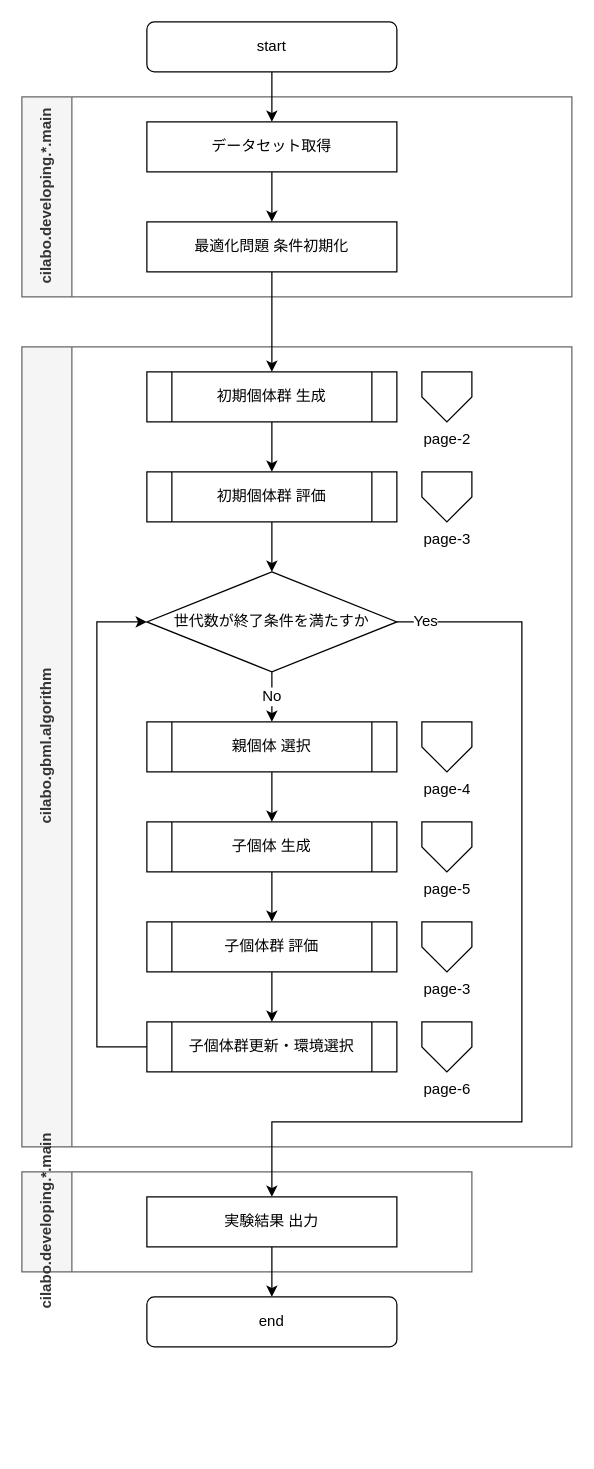
This is page "Page-1" (1 of 3) of 名称未設定ファイル.drawio from hiro-tacky/MoFGBML_roma, a draw.io file, before an edit. Source tidied: cells renumbered, new cells numbered last; positions are measured from the earlier drawing's top-left corner, leaving out a move shared by most shapes. Both pictures are drawn from the tidied source at 125%, with x=0, y=0 at pixel (21, 21).
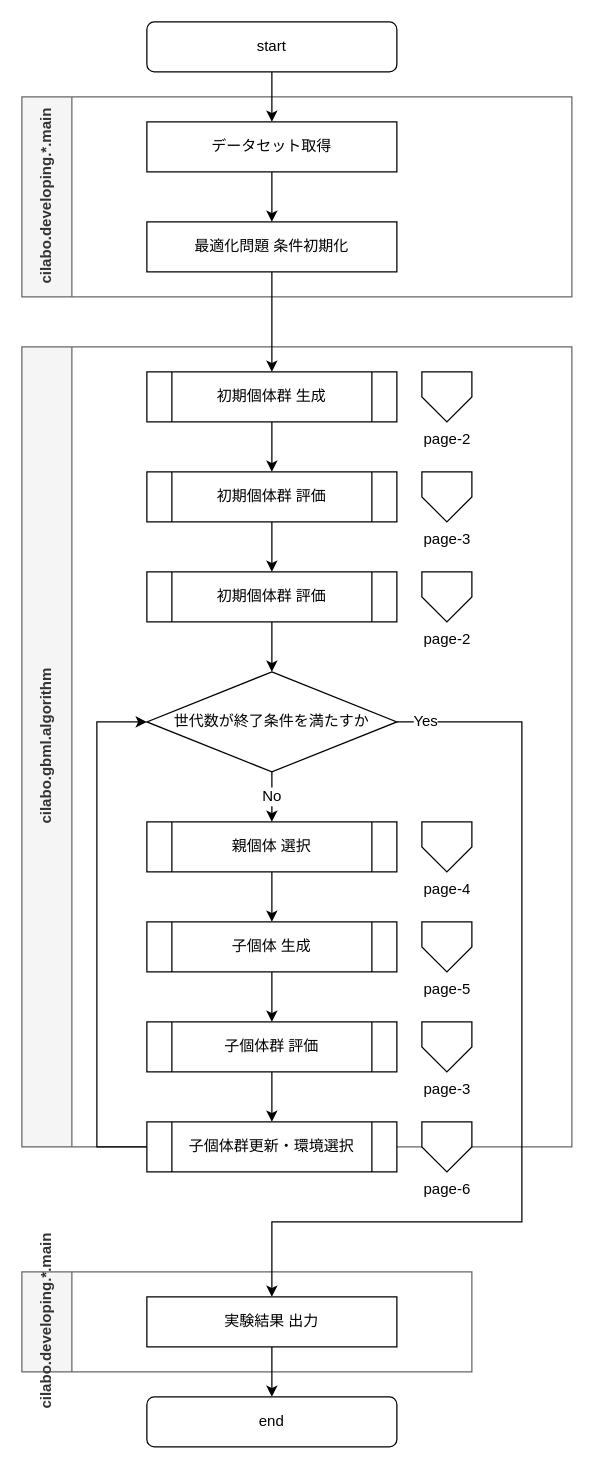
Above is the later version.

Unchanged cells that the change refers to:
```xml
<mxCell id="5" value="cilabo.gbml.algorithm" style="swimlane;horizontal=0;rounded=0;fontFamily=Helvetica;fontSize=12;strokeColor=#666666;fillColor=#f5f5f5;html=1;startSize=40;fontColor=#333333;" parent="1" vertex="1">
  <mxGeometry y="260" width="440" height="640" as="geometry" />
</mxCell>
<mxCell id="22" value="初期個体群 評価" style="shape=process;whiteSpace=wrap;html=1;backgroundOutline=1;fontFamily=Helvetica;fontSize=12;fontColor=default;align=center;strokeColor=default;fillColor=default;" parent="1" vertex="1">
  <mxGeometry x="100" y="360" width="200" height="40" as="geometry" />
</mxCell>
<mxCell id="29" value="実験結果 出力" style="rounded=0;whiteSpace=wrap;html=1;" parent="28" vertex="1">
  <mxGeometry x="100" y="20" width="200" height="40" as="geometry" />
</mxCell>
```

Change to the diagram source:
```diff
@@
     <mxCell id="7" value="世代数が終了条件を満たすか" style="rhombus;whiteSpace=wrap;html=1;rounded=0;fontFamily=Helvetica;fontSize=12;fontColor=default;strokeColor=default;fillColor=default;" parent="5" vertex="1">
-      <mxGeometry x="100" y="180" width="200" height="80" as="geometry" />
+      <mxGeometry x="100" y="260" width="200" height="80" as="geometry" />
     </mxCell>
@@
     <mxCell id="9" value="親個体 選択" style="shape=process;whiteSpace=wrap;html=1;backgroundOutline=1;fontFamily=Helvetica;fontSize=12;fontColor=default;align=center;strokeColor=default;fillColor=default;" parent="5" vertex="1">
-      <mxGeometry x="100" y="300" width="200" height="40" as="geometry" />
+      <mxGeometry x="100" y="380" width="200" height="40" as="geometry" />
     </mxCell>
     <mxCell id="10" value="子個体 生成" style="shape=process;whiteSpace=wrap;html=1;backgroundOutline=1;fontFamily=Helvetica;fontSize=12;fontColor=default;align=center;strokeColor=default;fillColor=default;" parent="5" vertex="1">
-      <mxGeometry x="100" y="380" width="200" height="40" as="geometry" />
+      <mxGeometry x="100" y="460" width="200" height="40" as="geometry" />
     </mxCell>
@@
     <mxCell id="13" value="page-4" style="verticalLabelPosition=bottom;verticalAlign=top;html=1;shape=offPageConnector;rounded=0;size=0.5;fontFamily=Helvetica;fontSize=12;fontColor=default;strokeColor=default;fillColor=default;" parent="5" vertex="1">
-      <mxGeometry x="320" y="300" width="40" height="40" as="geometry" />
+      <mxGeometry x="320" y="380" width="40" height="40" as="geometry" />
     </mxCell>
     <mxCell id="14" value="page-5" style="verticalLabelPosition=bottom;verticalAlign=top;html=1;shape=offPageConnector;rounded=0;size=0.5;fontFamily=Helvetica;fontSize=12;fontColor=default;strokeColor=default;fillColor=default;" parent="5" vertex="1">
-      <mxGeometry x="320" y="380" width="40" height="40" as="geometry" />
+      <mxGeometry x="320" y="460" width="40" height="40" as="geometry" />
     </mxCell>
     <mxCell id="15" value="page-3" style="verticalLabelPosition=bottom;verticalAlign=top;html=1;shape=offPageConnector;rounded=0;size=0.5;fontFamily=Helvetica;fontSize=12;fontColor=default;strokeColor=default;fillColor=default;" parent="5" vertex="1">
-      <mxGeometry x="320" y="460" width="40" height="40" as="geometry" />
+      <mxGeometry x="320" y="540" width="40" height="40" as="geometry" />
     </mxCell>
     <mxCell id="16" value="page-6" style="verticalLabelPosition=bottom;verticalAlign=top;html=1;shape=offPageConnector;rounded=0;size=0.5;fontFamily=Helvetica;fontSize=12;fontColor=default;strokeColor=default;fillColor=default;" parent="5" vertex="1">
-      <mxGeometry x="320" y="540" width="40" height="40" as="geometry" />
+      <mxGeometry x="320" y="620" width="40" height="40" as="geometry" />
     </mxCell>
+    <mxCell id="35" style="edgeStyle=orthogonalEdgeStyle;rounded=0;jettySize=auto;html=1;entryX=0.5;entryY=0;entryDx=0;entryDy=0;" parent="5" edge="1" source="36" target="7">
+      <mxGeometry relative="1" as="geometry" />
+    </mxCell>
+    <mxCell id="36" value="初期個体群 評価" style="shape=process;whiteSpace=wrap;html=1;backgroundOutline=1;fontFamily=Helvetica;fontSize=12;fontColor=default;align=center;strokeColor=default;fillColor=default;" parent="5" vertex="1">
+      <mxGeometry x="100" y="180" width="200" height="40" as="geometry" />
+    </mxCell>
+    <mxCell id="37" value="page-2" style="verticalLabelPosition=bottom;verticalAlign=top;html=1;shape=offPageConnector;rounded=0;size=0.5;fontFamily=Helvetica;fontSize=12;fontColor=default;strokeColor=default;fillColor=default;" parent="5" vertex="1">
+      <mxGeometry x="320" y="180" width="40" height="40" as="geometry" />
+    </mxCell>
@@
-    <mxCell id="21" style="edgeStyle=orthogonalEdgeStyle;rounded=0;jettySize=auto;html=1;exitX=0.5;exitY=1;exitDx=0;exitDy=0;entryX=0.5;entryY=0;entryDx=0;entryDy=0;fontFamily=Helvetica;fontSize=12;fontColor=default;" parent="1" edge="1" source="22" target="7">
-      <mxGeometry relative="1" as="geometry" />
-    </mxCell>
+    <mxCell id="38" style="edgeStyle=orthogonalEdgeStyle;rounded=0;jettySize=auto;html=1;entryX=0.5;entryY=0;entryDx=0;entryDy=0;" parent="1" edge="1" source="22" target="36">
+      <mxGeometry relative="1" as="geometry" />
+    </mxCell>
@@
     <mxCell id="24" value="子個体群 評価" style="shape=process;whiteSpace=wrap;html=1;backgroundOutline=1;fontFamily=Helvetica;fontSize=12;fontColor=default;align=center;strokeColor=default;fillColor=default;" parent="1" vertex="1">
-      <mxGeometry x="100" y="720" width="200" height="40" as="geometry" />
+      <mxGeometry x="100" y="800" width="200" height="40" as="geometry" />
     </mxCell>
     <mxCell id="25" style="edgeStyle=orthogonalEdgeStyle;rounded=0;jettySize=auto;html=1;exitX=0;exitY=0.5;exitDx=0;exitDy=0;entryX=0;entryY=0.5;entryDx=0;entryDy=0;fontFamily=Helvetica;fontSize=12;fontColor=default;" parent="1" edge="1" source="26" target="7">
       <mxGeometry relative="1" as="geometry">
         <Array as="points">
-          <mxPoint x="60" y="820" />
-          <mxPoint x="60" y="480" />
+          <mxPoint x="60" y="900" />
+          <mxPoint x="60" y="560" />
         </Array>
       </mxGeometry>
     </mxCell>
     <mxCell id="26" value="子個体群更新・環境選択" style="shape=process;whiteSpace=wrap;html=1;backgroundOutline=1;fontFamily=Helvetica;fontSize=12;fontColor=default;align=center;strokeColor=default;fillColor=default;" parent="1" vertex="1">
-      <mxGeometry x="100" y="800" width="200" height="40" as="geometry" />
+      <mxGeometry x="100" y="880" width="200" height="40" as="geometry" />
     </mxCell>
@@
     <mxCell id="28" value="cilabo.developing.*.main" style="swimlane;horizontal=0;rounded=0;fontFamily=Helvetica;fontSize=12;strokeColor=#666666;fillColor=#f5f5f5;html=1;startSize=40;fontColor=#333333;" parent="1" vertex="1">
-      <mxGeometry y="920" width="360" height="80" as="geometry" />
+      <mxGeometry y="1000" width="360" height="80" as="geometry" />
     </mxCell>
@@
     <mxCell id="30" value="Yes" style="edgeStyle=orthogonalEdgeStyle;rounded=0;jettySize=auto;html=1;exitX=1;exitY=0.5;exitDx=0;exitDy=0;entryX=0.5;entryY=0;entryDx=0;entryDy=0;fontFamily=Helvetica;fontSize=12;fontColor=default;" parent="1" edge="1" source="7" target="29">
       <mxGeometry x="-0.94" relative="1" as="geometry">
         <Array as="points">
-          <mxPoint x="400" y="480" />
-          <mxPoint x="400" y="880" />
-          <mxPoint x="200" y="880" />
+          <mxPoint x="400" y="560" />
+          <mxPoint x="400" y="960" />
+          <mxPoint x="200" y="960" />
         </Array>
       </mxGeometry>
     </mxCell>
@@
     <mxCell id="33" value="end" style="rounded=1;whiteSpace=wrap;html=1;fontFamily=Helvetica;fontSize=12;fontColor=default;strokeColor=default;fillColor=default;" parent="1" vertex="1">
-      <mxGeometry x="100" y="1020" width="200" height="40" as="geometry" />
+      <mxGeometry x="100" y="1100" width="200" height="40" as="geometry" />
     </mxCell>
```
